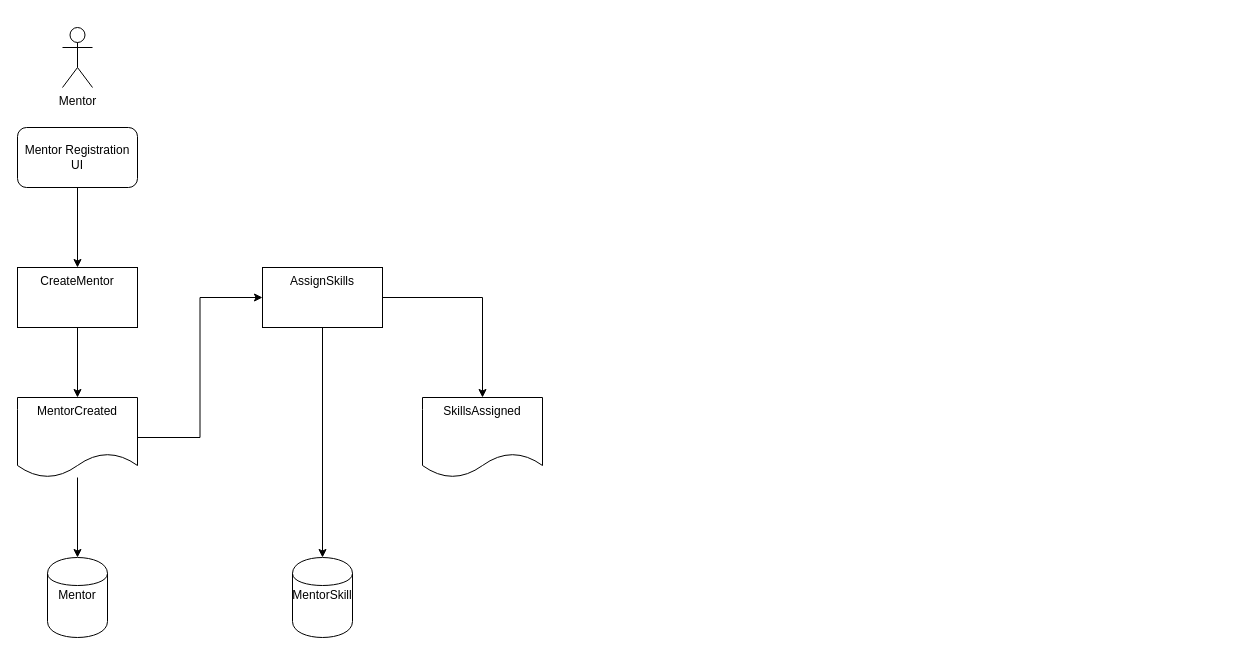
Earlier version of the draw.io diagram page "Event Model" (5 of 6) of cloudskwela2021/drawings.drawio (marilag/talks). Source tidied: cells renumbered, new cells numbered last; positions are measured from the earlier drawing's top-left corner, leaving out a move shared by most shapes. Both pictures are drawn from the tidied source at 100%, with x=0, y=0 at pixel (17, 27).
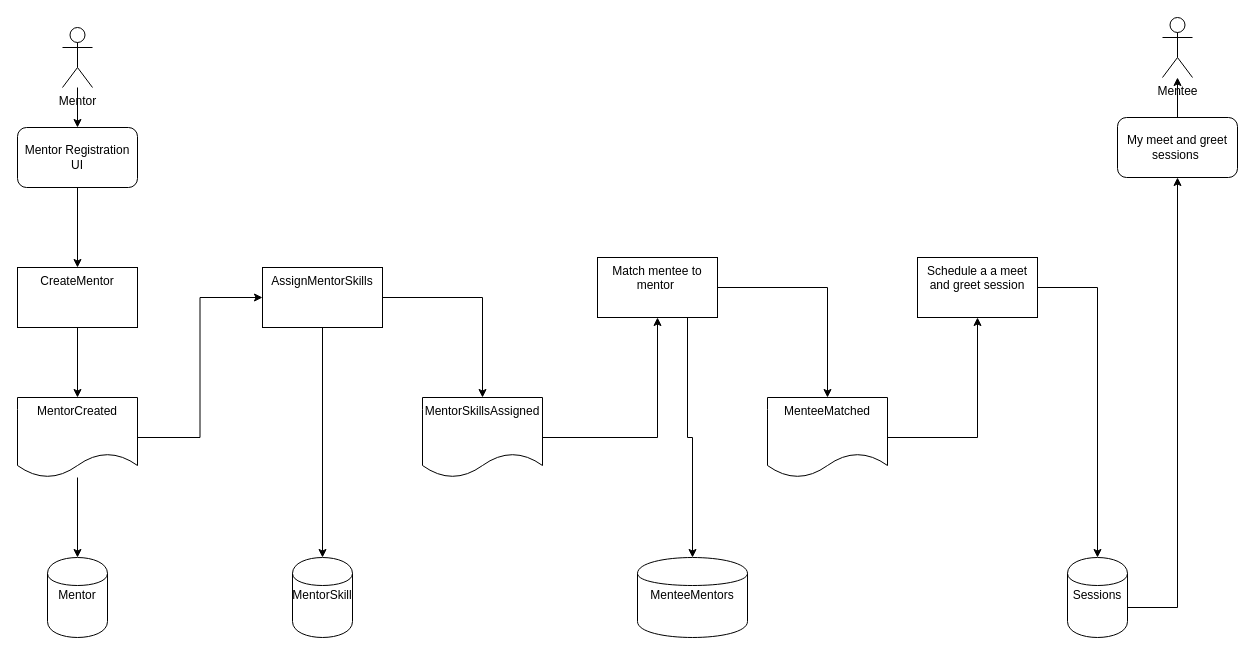
Above is the later version.

The change refers to these unchanged cells:
```xml
<mxCell id="2" value="Mentor" style="shape=umlActor;verticalLabelPosition=bottom;verticalAlign=top;html=1;outlineConnect=0;" parent="1" vertex="1">
  <mxGeometry x="45" width="30" height="60" as="geometry" />
</mxCell>
<mxCell id="15" value="Mentor Registration UI" style="rounded=1;whiteSpace=wrap;html=1;" parent="1" vertex="1">
  <mxGeometry y="100" width="120" height="60" as="geometry" />
</mxCell>
```

What changed in the source:
```diff
@@
+    <mxCell id="16" style="edgeStyle=orthogonalEdgeStyle;rounded=0;jettySize=auto;html=1;" parent="1" edge="1" source="2" target="15">
+      <mxGeometry relative="1" as="geometry" />
+    </mxCell>
@@
-    <mxCell id="10" value="AssignSkills" style="whiteSpace=wrap;html=1;verticalAlign=top;" parent="1" vertex="1">
+    <mxCell id="10" value="AssignMentorSkills" style="whiteSpace=wrap;html=1;verticalAlign=top;" parent="1" vertex="1">
       <mxGeometry x="245" y="240" width="120" height="60" as="geometry" />
     </mxCell>
+    <mxCell id="17" style="edgeStyle=orthogonalEdgeStyle;rounded=0;jettySize=auto;html=1;" parent="1" edge="1" source="11" target="20">
+      <mxGeometry relative="1" as="geometry" />
+    </mxCell>
-    <mxCell id="11" value="SkillsAssigned" style="shape=document;whiteSpace=wrap;html=1;boundedLbl=1;verticalAlign=top;" parent="1" vertex="1">
+    <mxCell id="11" value="MentorSkillsAssigned" style="shape=document;whiteSpace=wrap;html=1;boundedLbl=1;verticalAlign=top;" parent="1" vertex="1">
       <mxGeometry x="405" y="370" width="120" height="80" as="geometry" />
     </mxCell>
@@
+    <mxCell id="18" style="edgeStyle=orthogonalEdgeStyle;rounded=0;jettySize=auto;html=1;exitX=0.75;exitY=1;exitDx=0;exitDy=0;" parent="1" edge="1" source="20" target="21">
+      <mxGeometry relative="1" as="geometry" />
+    </mxCell>
+    <mxCell id="19" style="edgeStyle=orthogonalEdgeStyle;rounded=0;jettySize=auto;html=1;" parent="1" edge="1" source="20" target="23">
+      <mxGeometry relative="1" as="geometry" />
+    </mxCell>
+    <mxCell id="20" value="Match mentee to mentor&amp;nbsp;" style="whiteSpace=wrap;html=1;verticalAlign=top;" parent="1" vertex="1">
+      <mxGeometry x="580" y="230" width="120" height="60" as="geometry" />
+    </mxCell>
+    <mxCell id="21" value="MenteeMentors" style="shape=cylinder;whiteSpace=wrap;html=1;boundedLbl=1;backgroundOutline=1;verticalAlign=top;" parent="1" vertex="1">
+      <mxGeometry x="620" y="530" width="110" height="80" as="geometry" />
+    </mxCell>
+    <mxCell id="22" style="edgeStyle=orthogonalEdgeStyle;rounded=0;jettySize=auto;html=1;" parent="1" edge="1" source="23" target="25">
+      <mxGeometry relative="1" as="geometry" />
+    </mxCell>
+    <mxCell id="23" value="MenteeMatched" style="shape=document;whiteSpace=wrap;html=1;boundedLbl=1;verticalAlign=top;" parent="1" vertex="1">
+      <mxGeometry x="750" y="370" width="120" height="80" as="geometry" />
+    </mxCell>
+    <mxCell id="24" style="edgeStyle=orthogonalEdgeStyle;rounded=0;jettySize=auto;html=1;" parent="1" edge="1" source="25" target="27">
+      <mxGeometry relative="1" as="geometry" />
+    </mxCell>
+    <mxCell id="25" value="Schedule a a meet and greet session" style="whiteSpace=wrap;html=1;verticalAlign=top;" parent="1" vertex="1">
+      <mxGeometry x="900" y="230" width="120" height="60" as="geometry" />
+    </mxCell>
+    <mxCell id="26" style="edgeStyle=orthogonalEdgeStyle;rounded=0;jettySize=auto;html=1;entryX=0.5;entryY=1;entryDx=0;entryDy=0;" parent="1" edge="1" source="27" target="29">
+      <mxGeometry relative="1" as="geometry">
+        <Array as="points">
+          <mxPoint x="1160" y="580" />
+        </Array>
+      </mxGeometry>
+    </mxCell>
+    <mxCell id="27" value="Sessions" style="shape=cylinder;whiteSpace=wrap;html=1;boundedLbl=1;backgroundOutline=1;verticalAlign=top;" parent="1" vertex="1">
+      <mxGeometry x="1050" y="530" width="60" height="80" as="geometry" />
+    </mxCell>
+    <mxCell id="28" style="edgeStyle=orthogonalEdgeStyle;rounded=0;jettySize=auto;html=1;" parent="1" edge="1" source="29" target="30">
+      <mxGeometry relative="1" as="geometry" />
+    </mxCell>
+    <mxCell id="29" value="My meet and greet sessions&amp;nbsp;" style="rounded=1;whiteSpace=wrap;html=1;" parent="1" vertex="1">
+      <mxGeometry x="1100" y="90" width="120" height="60" as="geometry" />
+    </mxCell>
+    <mxCell id="30" value="Mentee" style="shape=umlActor;verticalLabelPosition=bottom;verticalAlign=top;html=1;outlineConnect=0;" parent="1" vertex="1">
+      <mxGeometry x="1145" y="-10" width="30" height="60" as="geometry" />
+    </mxCell>
```
